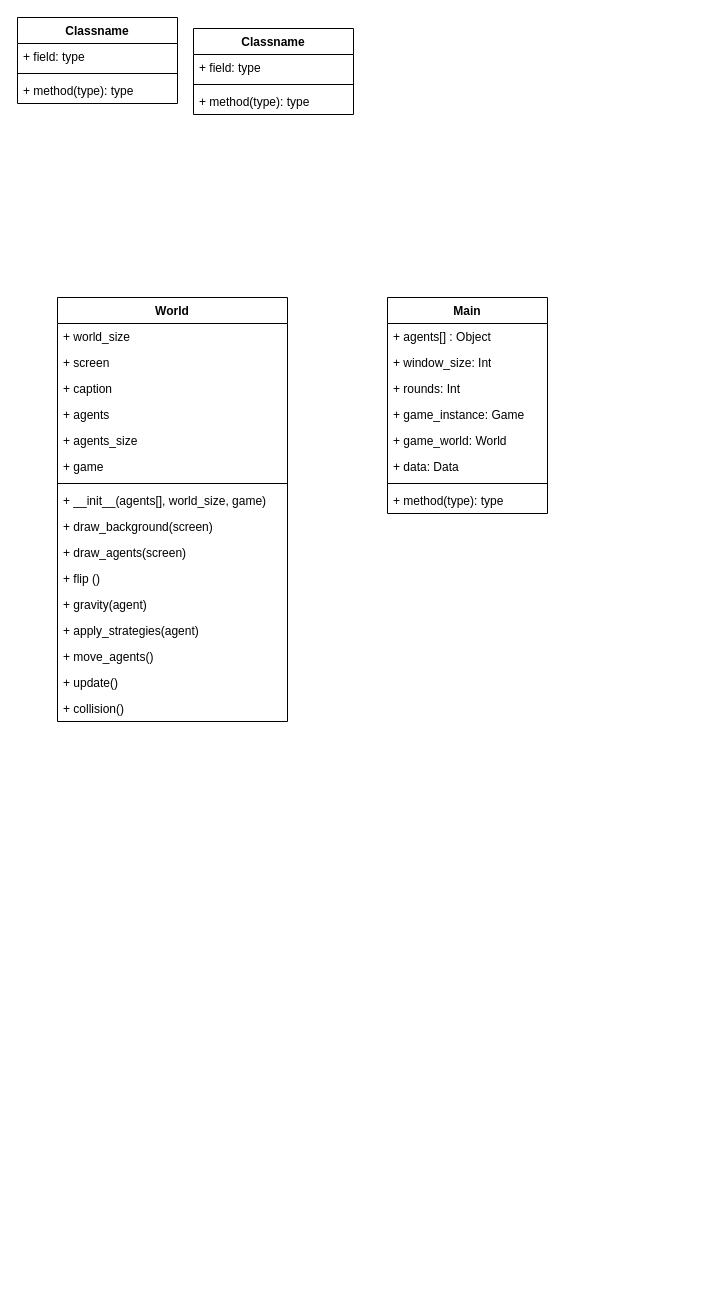
Earlier version of the draw.io diagram Prototype Class Diagram.drawio (Boland-Unfug/Thesis-python). Source tidied: cells renumbered, new cells numbered last; positions are measured from the earlier drawing's top-left corner, leaving out a move shared by most shapes. Both pictures are drawn from the tidied source at 100%, with x=0, y=0 at pixel (17, 17).
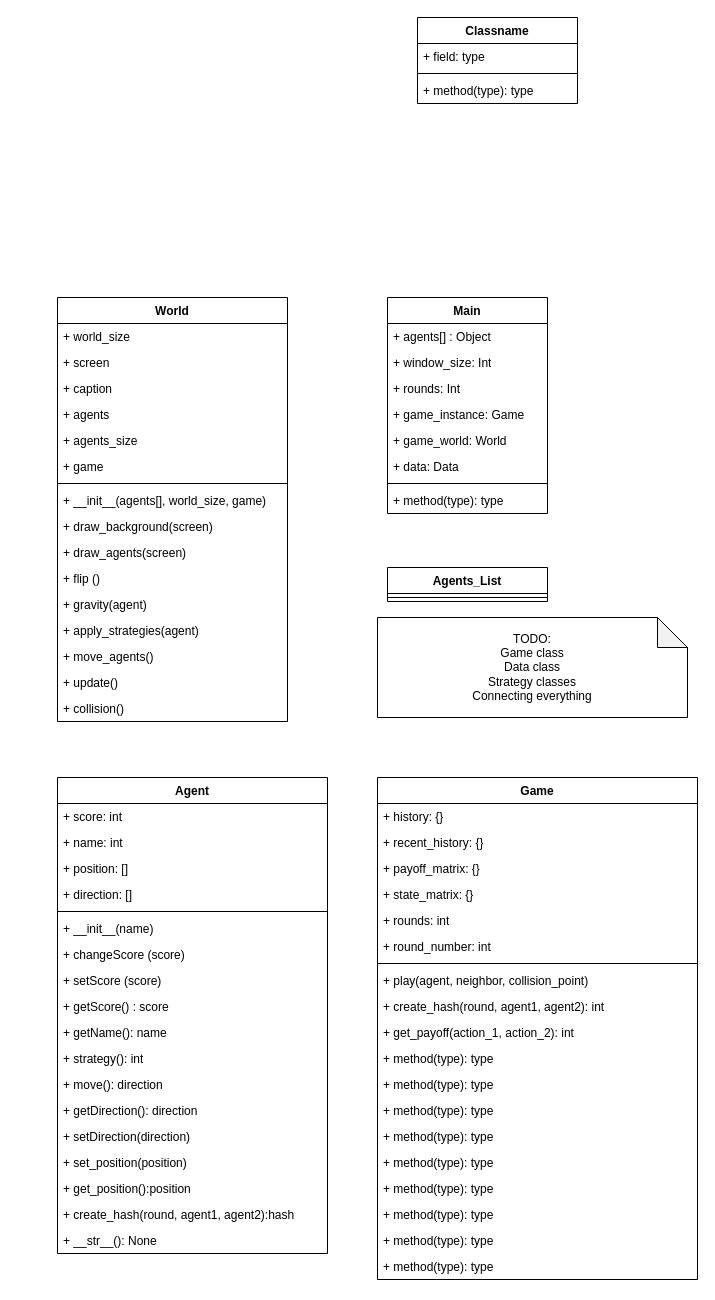
After the change.

Change to the diagram source:
```diff
@@
-    <mxCell id="2" value="Classname" style="swimlane;fontStyle=1;align=center;verticalAlign=top;horizontal=1;startSize=26;whiteSpace=wrap;html=1;" parent="1" vertex="1">
-      <mxGeometry width="160" height="86" as="geometry" />
-    </mxCell>
-    <mxCell id="3" value="+ field: type" style="text;strokeColor=none;fillColor=none;align=left;verticalAlign=top;spacingLeft=4;spacingRight=4;overflow=hidden;whiteSpace=wrap;html=1;" parent="2" vertex="1">
-      <mxGeometry y="26" width="160" height="26" as="geometry" />
-    </mxCell>
-    <mxCell id="4" style="line;strokeWidth=1;fillColor=none;align=left;verticalAlign=middle;spacingTop=-1;spacingLeft=3;spacingRight=3;labelPosition=right;strokeColor=inherit;" parent="2" vertex="1">
-      <mxGeometry y="52" width="160" height="8" as="geometry" />
-    </mxCell>
-    <mxCell id="5" value="+ method(type): type" style="text;strokeColor=none;fillColor=none;align=left;verticalAlign=top;spacingLeft=4;spacingRight=4;overflow=hidden;whiteSpace=wrap;html=1;" parent="2" vertex="1">
-      <mxGeometry y="60" width="160" height="26" as="geometry" />
-    </mxCell>
     <mxCell id="6" value="Classname" style="swimlane;fontStyle=1;align=center;verticalAlign=top;horizontal=1;startSize=26;whiteSpace=wrap;html=1;" parent="1" vertex="1">
-      <mxGeometry x="176" y="11" width="160" height="86" as="geometry" />
+      <mxGeometry x="400" width="160" height="86" as="geometry" />
     </mxCell>
@@
+    <mxCell id="36" value="Agents_List" style="swimlane;fontStyle=1;align=center;verticalAlign=top;horizontal=1;startSize=26;whiteSpace=wrap;html=1;" parent="1" vertex="1">
+      <mxGeometry x="370" y="550" width="160" height="34" as="geometry" />
+    </mxCell>
+    <mxCell id="37" style="line;strokeWidth=1;fillColor=none;align=left;verticalAlign=middle;spacingTop=-1;spacingLeft=3;spacingRight=3;labelPosition=right;strokeColor=inherit;" parent="36" vertex="1">
+      <mxGeometry y="26" width="160" height="8" as="geometry" />
+    </mxCell>
+    <mxCell id="38" value="Agent" style="swimlane;fontStyle=1;align=center;verticalAlign=top;horizontal=1;startSize=26;whiteSpace=wrap;html=1;" parent="1" vertex="1">
+      <mxGeometry x="40" y="760" width="270" height="476" as="geometry" />
+    </mxCell>
+    <mxCell id="39" value="+ score: int" style="text;strokeColor=none;fillColor=none;align=left;verticalAlign=top;spacingLeft=4;spacingRight=4;overflow=hidden;whiteSpace=wrap;html=1;" parent="38" vertex="1">
+      <mxGeometry y="26" width="270" height="26" as="geometry" />
+    </mxCell>
+    <mxCell id="40" value="+ name: int" style="text;strokeColor=none;fillColor=none;align=left;verticalAlign=top;spacingLeft=4;spacingRight=4;overflow=hidden;whiteSpace=wrap;html=1;" parent="38" vertex="1">
+      <mxGeometry y="52" width="270" height="26" as="geometry" />
+    </mxCell>
+    <mxCell id="41" value="+ position: []" style="text;strokeColor=none;fillColor=none;align=left;verticalAlign=top;spacingLeft=4;spacingRight=4;overflow=hidden;whiteSpace=wrap;html=1;" parent="38" vertex="1">
+      <mxGeometry y="78" width="270" height="26" as="geometry" />
+    </mxCell>
+    <mxCell id="42" value="+ direction: []" style="text;strokeColor=none;fillColor=none;align=left;verticalAlign=top;spacingLeft=4;spacingRight=4;overflow=hidden;whiteSpace=wrap;html=1;" parent="38" vertex="1">
+      <mxGeometry y="104" width="270" height="26" as="geometry" />
+    </mxCell>
+    <mxCell id="43" style="line;strokeWidth=1;fillColor=none;align=left;verticalAlign=middle;spacingTop=-1;spacingLeft=3;spacingRight=3;labelPosition=right;strokeColor=inherit;" parent="38" vertex="1">
+      <mxGeometry y="130" width="270" height="8" as="geometry" />
+    </mxCell>
+    <mxCell id="44" value="+ __init__(name)" style="text;strokeColor=none;fillColor=none;align=left;verticalAlign=top;spacingLeft=4;spacingRight=4;overflow=hidden;whiteSpace=wrap;html=1;" parent="38" vertex="1">
+      <mxGeometry y="138" width="270" height="26" as="geometry" />
+    </mxCell>
+    <mxCell id="45" value="+ changeScore (score)" style="text;strokeColor=none;fillColor=none;align=left;verticalAlign=top;spacingLeft=4;spacingRight=4;overflow=hidden;whiteSpace=wrap;html=1;" parent="38" vertex="1">
+      <mxGeometry y="164" width="270" height="26" as="geometry" />
+    </mxCell>
+    <mxCell id="46" value="+ setScore (score)" style="text;strokeColor=none;fillColor=none;align=left;verticalAlign=top;spacingLeft=4;spacingRight=4;overflow=hidden;whiteSpace=wrap;html=1;" parent="38" vertex="1">
+      <mxGeometry y="190" width="270" height="26" as="geometry" />
+    </mxCell>
+    <mxCell id="47" value="+ getScore() : score" style="text;strokeColor=none;fillColor=none;align=left;verticalAlign=top;spacingLeft=4;spacingRight=4;overflow=hidden;whiteSpace=wrap;html=1;" parent="38" vertex="1">
+      <mxGeometry y="216" width="270" height="26" as="geometry" />
+    </mxCell>
+    <mxCell id="48" value="+ getName(): name" style="text;strokeColor=none;fillColor=none;align=left;verticalAlign=top;spacingLeft=4;spacingRight=4;overflow=hidden;whiteSpace=wrap;html=1;" parent="38" vertex="1">
+      <mxGeometry y="242" width="270" height="26" as="geometry" />
+    </mxCell>
+    <mxCell id="49" value="+ strategy(): int" style="text;strokeColor=none;fillColor=none;align=left;verticalAlign=top;spacingLeft=4;spacingRight=4;overflow=hidden;whiteSpace=wrap;html=1;" parent="38" vertex="1">
+      <mxGeometry y="268" width="270" height="26" as="geometry" />
+    </mxCell>
+    <mxCell id="50" value="+ move(): direction" style="text;strokeColor=none;fillColor=none;align=left;verticalAlign=top;spacingLeft=4;spacingRight=4;overflow=hidden;whiteSpace=wrap;html=1;" parent="38" vertex="1">
+      <mxGeometry y="294" width="270" height="26" as="geometry" />
+    </mxCell>
+    <mxCell id="51" value="+ getDirection(): direction" style="text;strokeColor=none;fillColor=none;align=left;verticalAlign=top;spacingLeft=4;spacingRight=4;overflow=hidden;whiteSpace=wrap;html=1;" parent="38" vertex="1">
+      <mxGeometry y="320" width="270" height="26" as="geometry" />
+    </mxCell>
+    <mxCell id="52" value="+ setDirection(direction)" style="text;strokeColor=none;fillColor=none;align=left;verticalAlign=top;spacingLeft=4;spacingRight=4;overflow=hidden;whiteSpace=wrap;html=1;" parent="38" vertex="1">
+      <mxGeometry y="346" width="270" height="26" as="geometry" />
+    </mxCell>
+    <mxCell id="53" value="+ set_position(position)" style="text;strokeColor=none;fillColor=none;align=left;verticalAlign=top;spacingLeft=4;spacingRight=4;overflow=hidden;whiteSpace=wrap;html=1;" parent="38" vertex="1">
+      <mxGeometry y="372" width="270" height="26" as="geometry" />
+    </mxCell>
+    <mxCell id="54" value="+ get_position():position" style="text;strokeColor=none;fillColor=none;align=left;verticalAlign=top;spacingLeft=4;spacingRight=4;overflow=hidden;whiteSpace=wrap;html=1;" parent="38" vertex="1">
+      <mxGeometry y="398" width="270" height="26" as="geometry" />
+    </mxCell>
+    <mxCell id="55" value="+ create_hash(round, agent1, agent2):hash" style="text;strokeColor=none;fillColor=none;align=left;verticalAlign=top;spacingLeft=4;spacingRight=4;overflow=hidden;whiteSpace=wrap;html=1;" parent="38" vertex="1">
+      <mxGeometry y="424" width="270" height="26" as="geometry" />
+    </mxCell>
+    <mxCell id="56" value="+ __str__(): None" style="text;strokeColor=none;fillColor=none;align=left;verticalAlign=top;spacingLeft=4;spacingRight=4;overflow=hidden;whiteSpace=wrap;html=1;" parent="38" vertex="1">
+      <mxGeometry y="450" width="270" height="26" as="geometry" />
+    </mxCell>
+    <mxCell id="57" value="Game" style="swimlane;fontStyle=1;align=center;verticalAlign=top;horizontal=1;startSize=26;whiteSpace=wrap;html=1;" parent="1" vertex="1">
+      <mxGeometry x="360" y="760" width="320" height="502" as="geometry" />
+    </mxCell>
+    <mxCell id="58" value="+ history: {}" style="text;strokeColor=none;fillColor=none;align=left;verticalAlign=top;spacingLeft=4;spacingRight=4;overflow=hidden;whiteSpace=wrap;html=1;" parent="57" vertex="1">
+      <mxGeometry y="26" width="320" height="26" as="geometry" />
+    </mxCell>
+    <mxCell id="59" value="+ recent_history: {}" style="text;strokeColor=none;fillColor=none;align=left;verticalAlign=top;spacingLeft=4;spacingRight=4;overflow=hidden;whiteSpace=wrap;html=1;" parent="57" vertex="1">
+      <mxGeometry y="52" width="320" height="26" as="geometry" />
+    </mxCell>
+    <mxCell id="60" value="+ payoff_matrix: {}" style="text;strokeColor=none;fillColor=none;align=left;verticalAlign=top;spacingLeft=4;spacingRight=4;overflow=hidden;whiteSpace=wrap;html=1;" parent="57" vertex="1">
+      <mxGeometry y="78" width="320" height="26" as="geometry" />
+    </mxCell>
+    <mxCell id="61" value="+ state_matrix: {}" style="text;strokeColor=none;fillColor=none;align=left;verticalAlign=top;spacingLeft=4;spacingRight=4;overflow=hidden;whiteSpace=wrap;html=1;" parent="57" vertex="1">
+      <mxGeometry y="104" width="320" height="26" as="geometry" />
+    </mxCell>
+    <mxCell id="62" value="+ rounds: int" style="text;strokeColor=none;fillColor=none;align=left;verticalAlign=top;spacingLeft=4;spacingRight=4;overflow=hidden;whiteSpace=wrap;html=1;" parent="57" vertex="1">
+      <mxGeometry y="130" width="320" height="26" as="geometry" />
+    </mxCell>
+    <mxCell id="63" value="+ round_number: int" style="text;strokeColor=none;fillColor=none;align=left;verticalAlign=top;spacingLeft=4;spacingRight=4;overflow=hidden;whiteSpace=wrap;html=1;" parent="57" vertex="1">
+      <mxGeometry y="156" width="320" height="26" as="geometry" />
+    </mxCell>
+    <mxCell id="64" style="line;strokeWidth=1;fillColor=none;align=left;verticalAlign=middle;spacingTop=-1;spacingLeft=3;spacingRight=3;labelPosition=right;strokeColor=inherit;" parent="57" vertex="1">
+      <mxGeometry y="182" width="320" height="8" as="geometry" />
+    </mxCell>
+    <mxCell id="65" value="+ play(agent, neighbor, collision_point)" style="text;strokeColor=none;fillColor=none;align=left;verticalAlign=top;spacingLeft=4;spacingRight=4;overflow=hidden;whiteSpace=wrap;html=1;" parent="57" vertex="1">
+      <mxGeometry y="190" width="320" height="26" as="geometry" />
+    </mxCell>
+    <mxCell id="66" value="+ create_hash(round, agent1, agent2): int" style="text;strokeColor=none;fillColor=none;align=left;verticalAlign=top;spacingLeft=4;spacingRight=4;overflow=hidden;whiteSpace=wrap;html=1;" parent="57" vertex="1">
+      <mxGeometry y="216" width="320" height="26" as="geometry" />
+    </mxCell>
+    <mxCell id="67" value="+ get_payoff(action_1, action_2): int" style="text;strokeColor=none;fillColor=none;align=left;verticalAlign=top;spacingLeft=4;spacingRight=4;overflow=hidden;whiteSpace=wrap;html=1;" parent="57" vertex="1">
+      <mxGeometry y="242" width="320" height="26" as="geometry" />
+    </mxCell>
+    <mxCell id="68" value="+ method(type): type" style="text;strokeColor=none;fillColor=none;align=left;verticalAlign=top;spacingLeft=4;spacingRight=4;overflow=hidden;whiteSpace=wrap;html=1;" parent="57" vertex="1">
+      <mxGeometry y="268" width="320" height="26" as="geometry" />
+    </mxCell>
+    <mxCell id="69" value="+ method(type): type" style="text;strokeColor=none;fillColor=none;align=left;verticalAlign=top;spacingLeft=4;spacingRight=4;overflow=hidden;whiteSpace=wrap;html=1;" parent="57" vertex="1">
+      <mxGeometry y="294" width="320" height="26" as="geometry" />
+    </mxCell>
+    <mxCell id="70" value="+ method(type): type" style="text;strokeColor=none;fillColor=none;align=left;verticalAlign=top;spacingLeft=4;spacingRight=4;overflow=hidden;whiteSpace=wrap;html=1;" parent="57" vertex="1">
+      <mxGeometry y="320" width="320" height="26" as="geometry" />
+    </mxCell>
+    <mxCell id="71" value="+ method(type): type" style="text;strokeColor=none;fillColor=none;align=left;verticalAlign=top;spacingLeft=4;spacingRight=4;overflow=hidden;whiteSpace=wrap;html=1;" parent="57" vertex="1">
+      <mxGeometry y="346" width="320" height="26" as="geometry" />
+    </mxCell>
+    <mxCell id="72" value="+ method(type): type" style="text;strokeColor=none;fillColor=none;align=left;verticalAlign=top;spacingLeft=4;spacingRight=4;overflow=hidden;whiteSpace=wrap;html=1;" parent="57" vertex="1">
+      <mxGeometry y="372" width="320" height="26" as="geometry" />
+    </mxCell>
+    <mxCell id="73" value="+ method(type): type" style="text;strokeColor=none;fillColor=none;align=left;verticalAlign=top;spacingLeft=4;spacingRight=4;overflow=hidden;whiteSpace=wrap;html=1;" parent="57" vertex="1">
+      <mxGeometry y="398" width="320" height="26" as="geometry" />
+    </mxCell>
+    <mxCell id="74" value="+ method(type): type" style="text;strokeColor=none;fillColor=none;align=left;verticalAlign=top;spacingLeft=4;spacingRight=4;overflow=hidden;whiteSpace=wrap;html=1;" parent="57" vertex="1">
+      <mxGeometry y="424" width="320" height="26" as="geometry" />
+    </mxCell>
+    <mxCell id="75" value="+ method(type): type" style="text;strokeColor=none;fillColor=none;align=left;verticalAlign=top;spacingLeft=4;spacingRight=4;overflow=hidden;whiteSpace=wrap;html=1;" parent="57" vertex="1">
+      <mxGeometry y="450" width="320" height="26" as="geometry" />
+    </mxCell>
+    <mxCell id="76" value="+ method(type): type" style="text;strokeColor=none;fillColor=none;align=left;verticalAlign=top;spacingLeft=4;spacingRight=4;overflow=hidden;whiteSpace=wrap;html=1;" parent="57" vertex="1">
+      <mxGeometry y="476" width="320" height="26" as="geometry" />
+    </mxCell>
+    <mxCell id="77" value="&lt;div&gt;TODO:&lt;/div&gt;&lt;div&gt;Game class&lt;br&gt;Data class&lt;/div&gt;&lt;div&gt;Strategy classes&lt;/div&gt;&lt;div&gt;Connecting everything&lt;br&gt;&lt;/div&gt;" style="shape=note;whiteSpace=wrap;html=1;backgroundOutline=1;darkOpacity=0.05;" parent="1" vertex="1">
+      <mxGeometry x="360" y="600" width="310" height="100" as="geometry" />
+    </mxCell>
```
